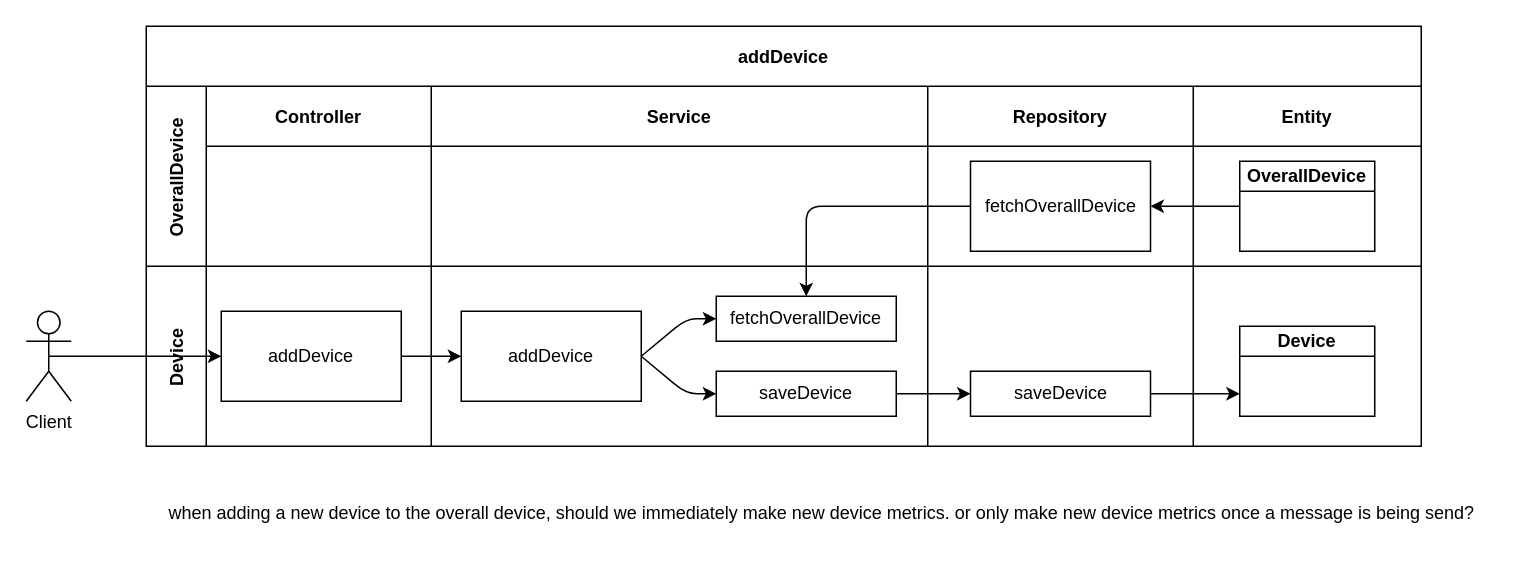
This is media/ASD_addDevice.drawio from MiloSimons/educom-ecopowrrr, a draw.io file, before an edit. Source tidied: cells renumbered, new cells numbered last; positions are measured from the earlier drawing's top-left corner, leaving out a move shared by most shapes. Both pictures are drawn from the tidied source at 150%, with x=0, y=0 at pixel (26, 26).
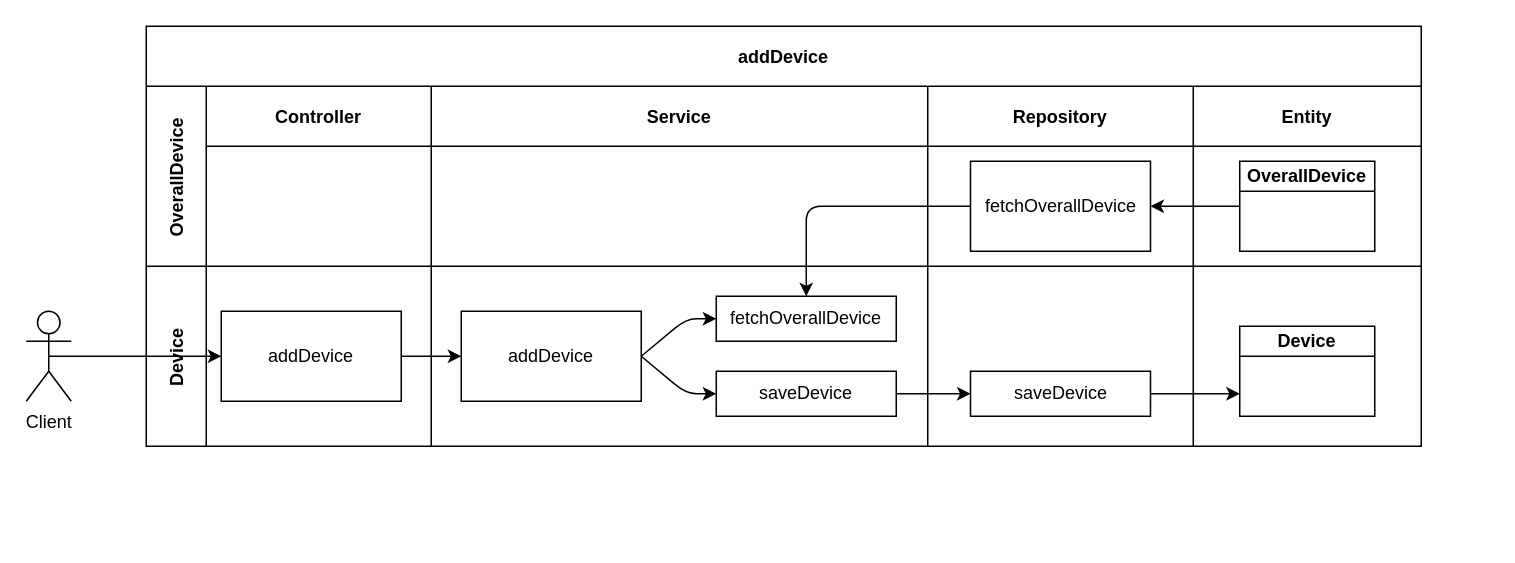
After the change.

Change to the diagram source:
```diff
@@
-    <mxCell id="30" value="when adding a new device to the overall device, should we immediately make new device metrics. or only make new device metrics once a message is being send?" style="text;html=1;align=center;verticalAlign=middle;strokeColor=none;fillColor=none;" parent="1" vertex="1">
-      <mxGeometry x="85" y="310" width="890" height="30" as="geometry" />
-    </mxCell>
```
